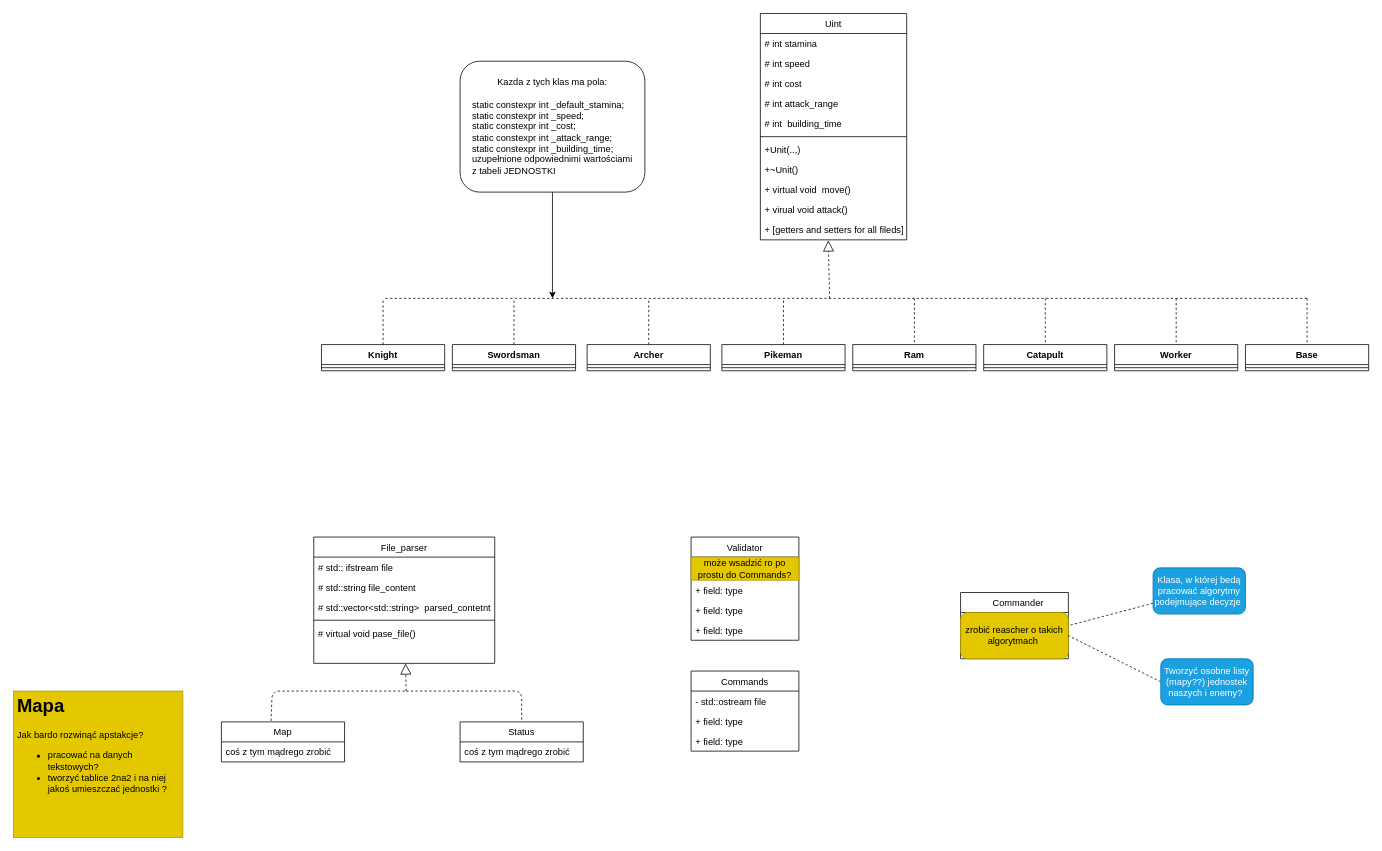
Before: diagram/diagram.drawio in PartyKusZ/board_game, a draw.io diagram. Source tidied: cells renumbered, new cells numbered last; positions are measured from the earlier drawing's top-left corner, leaving out a move shared by most shapes. Both pictures are drawn from the tidied source at 77%, with x=0, y=0 at pixel (13, 13).
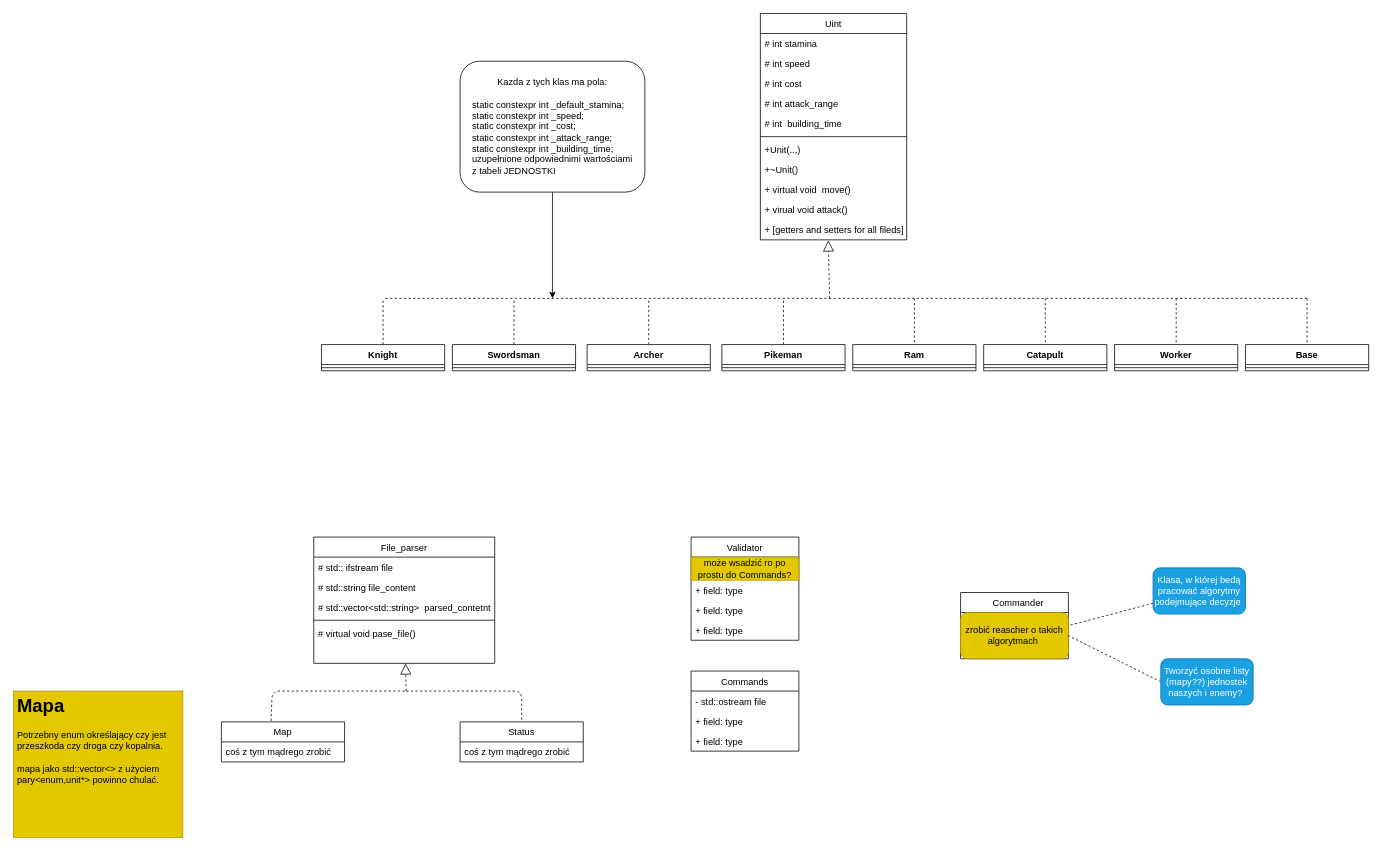
After the change.

The edit, as a diff of the source:
```diff
@@
-    <mxCell id="58" value="&lt;h1&gt;Mapa&lt;/h1&gt;&lt;div&gt;Jak bardo rozwinąć apstakcje?&amp;nbsp;&lt;/div&gt;&lt;div&gt;&lt;ul&gt;&lt;li&gt;pracować na danych tekstowych?&lt;/li&gt;&lt;li&gt;tworzyć tablice 2na2 i na niej jakoś umieszczać jednostki ?&lt;/li&gt;&lt;/ul&gt;&lt;/div&gt;" style="text;html=1;strokeColor=#B09500;fillColor=#e3c800;spacing=5;spacingTop=-20;whiteSpace=wrap;overflow=hidden;rounded=0;fontColor=#000000;" parent="1" vertex="1">
+    <mxCell id="58" value="&lt;h1&gt;Mapa&lt;/h1&gt;&lt;div&gt;Potrzebny enum określający czy jest przeszkoda czy droga czy kopalnia.&lt;/div&gt;&lt;div&gt;&lt;br&gt;&lt;/div&gt;&lt;div&gt;mapa jako std::vector&amp;lt;&amp;gt; z użyciem pary&amp;lt;enum,unit*&amp;gt; powinno chulać.&lt;/div&gt;" style="text;html=1;strokeColor=#B09500;fillColor=#e3c800;spacing=5;spacingTop=-20;whiteSpace=wrap;overflow=hidden;rounded=0;fontColor=#000000;" parent="1" vertex="1">
       <mxGeometry y="880" width="220" height="190" as="geometry" />
     </mxCell>
```
